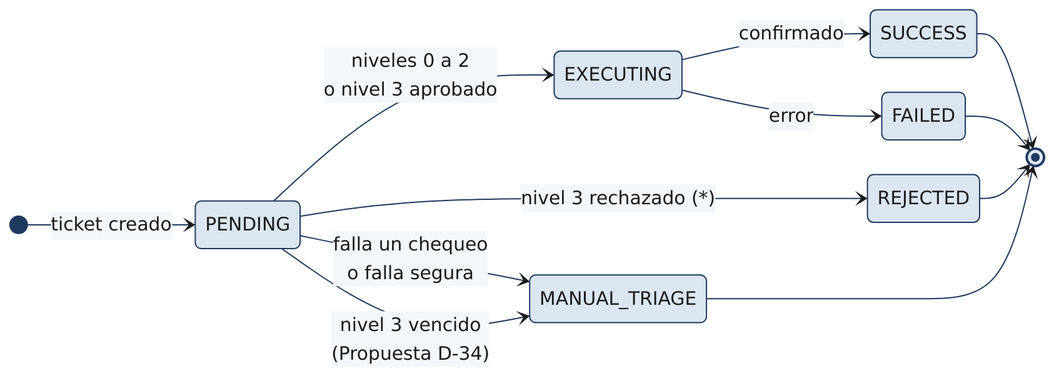
soaria186/kronos-ai keeps this Mermaid diagram as docs/diagramas/02_estados_ticket.png. Above is the earlier version. Its source is kept beside it as docs/diagramas/02_estados_ticket.mmd. The source it was exported from:
```mermaid
stateDiagram-v2
    direction LR
    [*] --> PENDING: ticket creado
    PENDING --> MANUAL_TRIAGE: falla un chequeo<br/>o falla segura
    PENDING --> EXECUTING: niveles 0 a 2<br/>o nivel 3 aprobado
    PENDING --> REJECTED: nivel 3 rechazado (*)
    PENDING --> MANUAL_TRIAGE: nivel 3 vencido<br/>(Propuesta D-34)
    EXECUTING --> SUCCESS: confirmado
    EXECUTING --> FAILED: error
    SUCCESS --> [*]
    FAILED --> [*]
    REJECTED --> [*]
    MANUAL_TRIAGE --> [*]
```
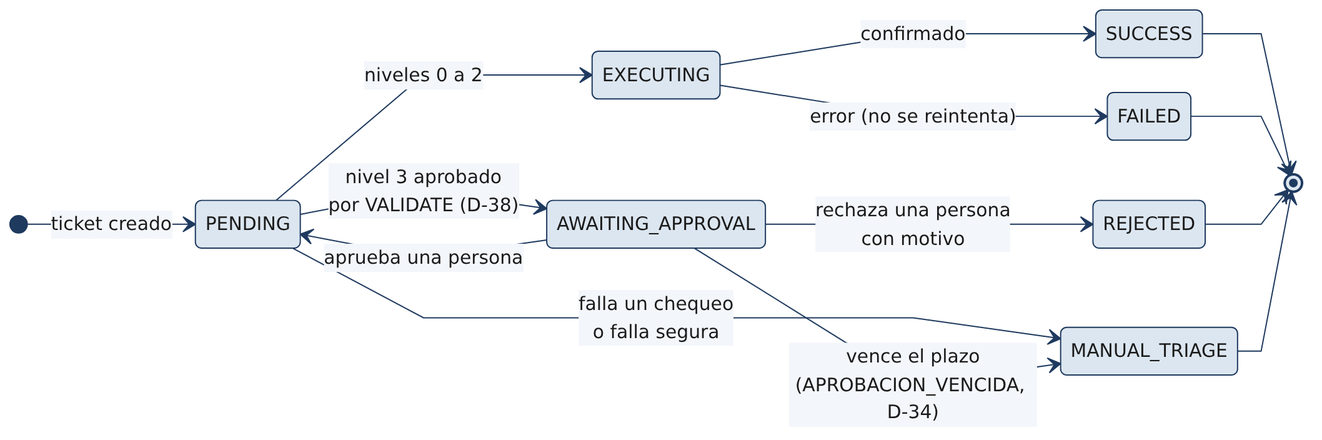
Later version of the same file.

Change to the diagram source:
```diff
@@ -2,11 +2,13 @@
     direction LR
     [*] --> PENDING: ticket creado
     PENDING --> MANUAL_TRIAGE: falla un chequeo<br/>o falla segura
-    PENDING --> EXECUTING: niveles 0 a 2<br/>o nivel 3 aprobado
-    PENDING --> REJECTED: nivel 3 rechazado (*)
-    PENDING --> MANUAL_TRIAGE: nivel 3 vencido<br/>(Propuesta D-34)
+    PENDING --> EXECUTING: niveles 0 a 2
+    PENDING --> AWAITING_APPROVAL: nivel 3 aprobado<br/>por VALIDATE (D-38)
+    AWAITING_APPROVAL --> PENDING: aprueba una persona
+    AWAITING_APPROVAL --> REJECTED: rechaza una persona<br/>con motivo
+    AWAITING_APPROVAL --> MANUAL_TRIAGE: vence el plazo<br/>(APROBACION_VENCIDA, D-34)
     EXECUTING --> SUCCESS: confirmado
-    EXECUTING --> FAILED: error
+    EXECUTING --> FAILED: error (no se reintenta)
     SUCCESS --> [*]
     FAILED --> [*]
     REJECTED --> [*]
```
